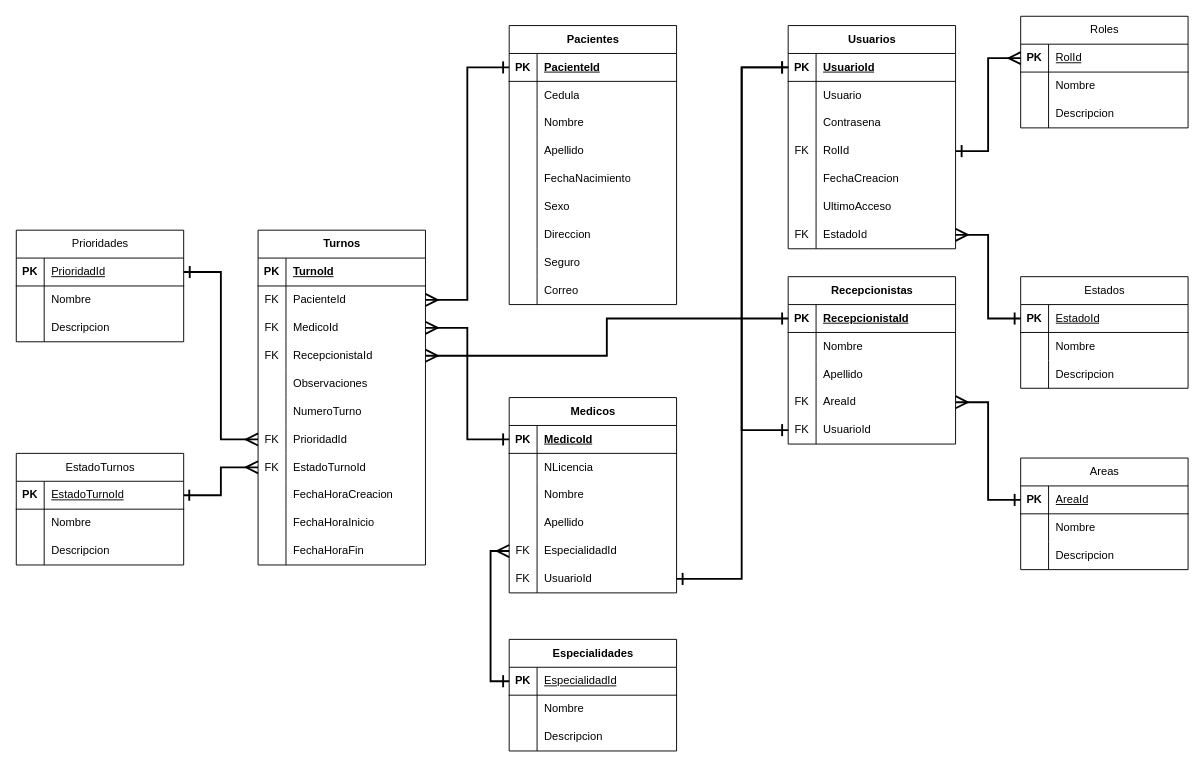
Earlier version of the draw.io diagram Base de Datos/Diagrama de Base de Datos.drawio (Sneex17/ProyectoFinal). Source tidied: cells renumbered, new cells numbered last; positions are measured from the earlier drawing's top-left corner, leaving out a move shared by most shapes. Both pictures are drawn from the tidied source at 93%, with x=0, y=0 at pixel (16, 16).
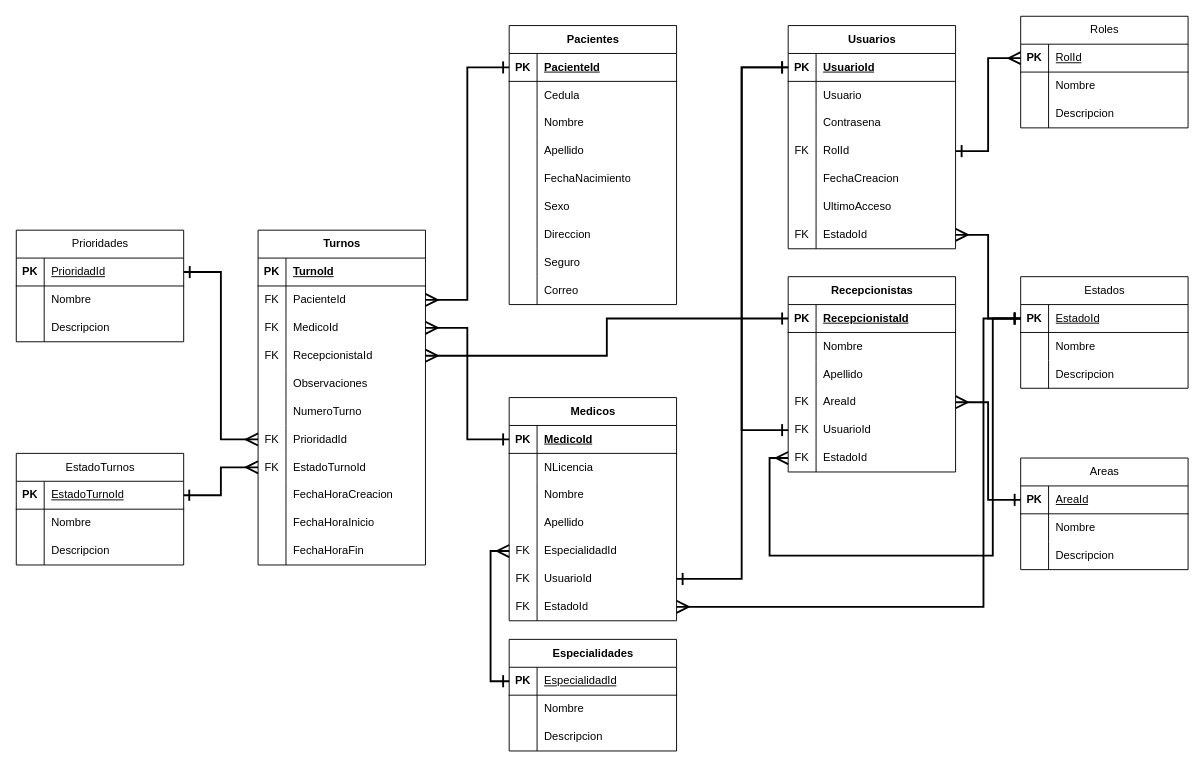
The same page after the edit.

The change refers to these unchanged cells:
```xml
<mxCell id="60" style="shape=tableRow;horizontal=0;startSize=0;swimlaneHead=0;swimlaneBody=0;fillColor=none;points=[[0,0.5],[1,0.5]];portConstraint=eastwest;top=0;left=0;right=0;bottom=1;" parent="59" vertex="1">
  <mxGeometry y="30" width="180" height="30" as="geometry" />
</mxCell>
```

Change to the diagram source:
```diff
@@
     <mxCell id="30" value="Medicos" style="shape=table;startSize=30;childLayout=tableLayout;rowLines=0;fontStyle=1;align=center;html=1;" parent="1" vertex="1">
-      <mxGeometry x="530" y="410" width="180" height="210" as="geometry" />
+      <mxGeometry x="530" y="410" width="180" height="240" as="geometry" />
     </mxCell>
@@
+    <mxCell id="192" style="shape=tableRow;horizontal=0;startSize=0;swimlaneHead=0;swimlaneBody=0;fillColor=none;points=[[0,0.5],[1,0.5]];portConstraint=eastwest;top=0;left=0;right=0;bottom=0;" parent="30" vertex="1">
+      <mxGeometry y="210" width="180" height="30" as="geometry" />
+    </mxCell>
+    <mxCell id="193" value="FK" style="shape=partialRectangle;fillColor=none;top=0;left=0;bottom=0;right=0;overflow=hidden;whiteSpace=wrap;html=1;" parent="192" vertex="1">
+      <mxGeometry width="30" height="30" as="geometry" />
+    </mxCell>
+    <mxCell id="194" value="EstadoId" style="shape=partialRectangle;fillColor=none;top=0;left=0;bottom=0;right=0;align=left;spacingLeft=6;overflow=hidden;whiteSpace=wrap;html=1;" parent="192" vertex="1">
+      <mxGeometry x="30" width="150" height="30" as="geometry" />
+    </mxCell>
@@
     <mxCell id="69" value="Recepcionistas" style="shape=table;startSize=30;childLayout=tableLayout;rowLines=0;fontStyle=1;align=center;html=1;" parent="1" vertex="1">
-      <mxGeometry x="830" y="280" width="180" height="180" as="geometry" />
+      <mxGeometry x="830" y="280" width="180" height="210" as="geometry" />
     </mxCell>
@@
+    <mxCell id="195" style="shape=tableRow;horizontal=0;startSize=0;swimlaneHead=0;swimlaneBody=0;fillColor=none;points=[[0,0.5],[1,0.5]];portConstraint=eastwest;top=0;left=0;right=0;bottom=0;" parent="69" vertex="1">
+      <mxGeometry y="180" width="180" height="30" as="geometry" />
+    </mxCell>
+    <mxCell id="196" value="FK" style="shape=partialRectangle;fillColor=none;top=0;left=0;bottom=0;right=0;overflow=hidden;whiteSpace=wrap;html=1;" parent="195" vertex="1">
+      <mxGeometry width="30" height="30" as="geometry" />
+    </mxCell>
+    <mxCell id="197" value="EstadoId" style="shape=partialRectangle;fillColor=none;top=0;left=0;bottom=0;right=0;align=left;spacingLeft=6;overflow=hidden;whiteSpace=wrap;html=1;" parent="195" vertex="1">
+      <mxGeometry x="30" width="150" height="30" as="geometry" />
+    </mxCell>
@@
+    <mxCell id="198" style="edgeStyle=orthogonalEdgeStyle;rounded=0;jettySize=auto;html=1;exitX=0;exitY=0.5;exitDx=0;exitDy=0;entryX=0;entryY=0.5;entryDx=0;entryDy=0;strokeWidth=2;endSize=10;startSize=10;endArrow=ERmany;endFill=0;startArrow=ERone;startFill=0;" parent="1" edge="1" source="60" target="195">
+      <mxGeometry relative="1" as="geometry">
+        <Array as="points">
+          <mxPoint x="1050" y="325" />
+          <mxPoint x="1050" y="580" />
+          <mxPoint x="810" y="580" />
+          <mxPoint x="810" y="475" />
+        </Array>
+      </mxGeometry>
+    </mxCell>
+    <mxCell id="199" style="edgeStyle=orthogonalEdgeStyle;rounded=0;jettySize=auto;html=1;exitX=1;exitY=0.5;exitDx=0;exitDy=0;entryX=0;entryY=0.5;entryDx=0;entryDy=0;strokeWidth=2;endSize=10;startSize=10;endArrow=ERone;endFill=0;startArrow=ERmany;startFill=0;" parent="1" edge="1" source="192" target="60">
+      <mxGeometry relative="1" as="geometry">
+        <Array as="points">
+          <mxPoint x="1040" y="635" />
+          <mxPoint x="1040" y="325" />
+        </Array>
+      </mxGeometry>
+    </mxCell>
```
